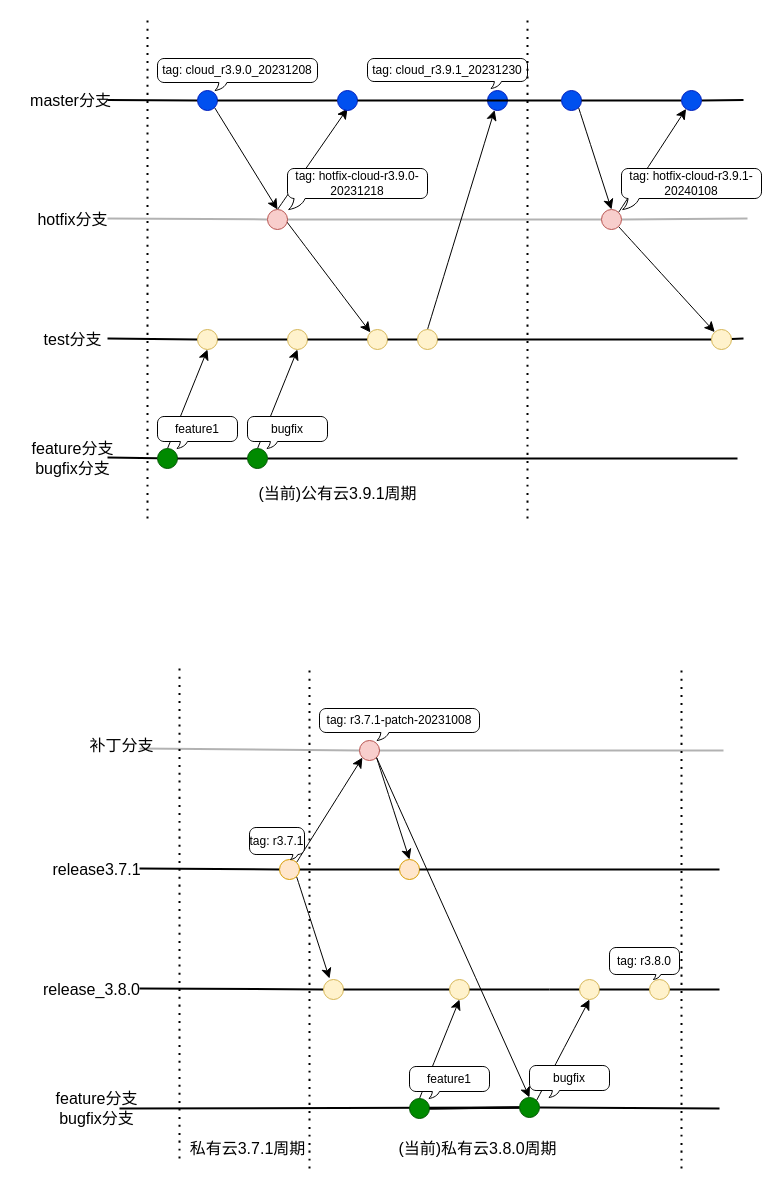
Earlier version of the draw.io diagram 规范/公有云和智算中心分支流程.drawio (paochiang/draw). Source tidied: cells renumbered, new cells numbered last; positions are measured from the earlier drawing's top-left corner, leaving out a move shared by most shapes. Both pictures are drawn from the tidied source at 100%, with x=0, y=0 at pixel (17, 18).
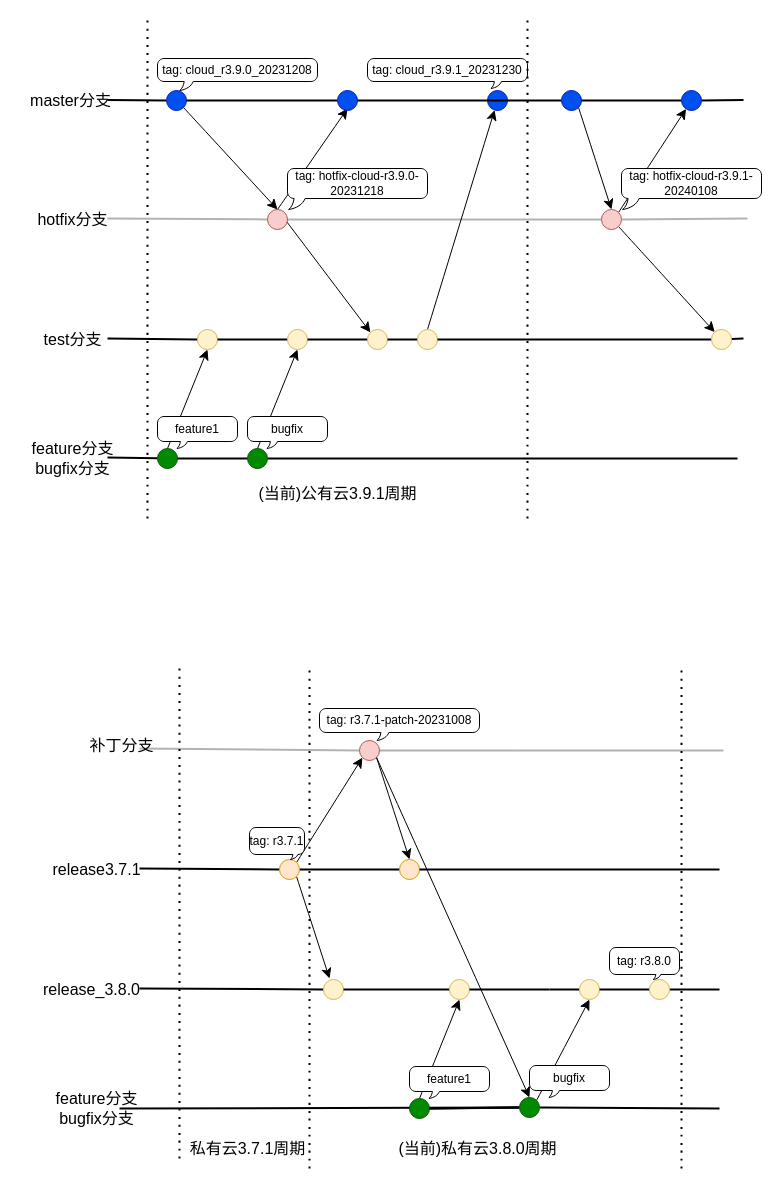
The same page after the edit.

Commit message:
Update 规范/公有云和智算中心分支流程.drawio

What changed in the source:
```diff
@@
     <mxCell id="20" style="ellipse;whiteSpace=wrap;html=1;fillColor=#0050ef;strokeColor=#001DBC;fontColor=#ffffff;" parent="1" vertex="1">
-      <mxGeometry x="180" y="72" width="20" height="20" as="geometry" />
+      <mxGeometry x="149" y="72" width="20" height="20" as="geometry" />
     </mxCell>
@@
-    <mxCell id="47" value="tag: cloud_r3.9.0_20231208" style="whiteSpace=wrap;html=1;shape=mxgraph.basic.roundRectCallout;dx=65.4;dy=8;size=6.6;boundedLbl=1;" parent="1" vertex="1">
+    <mxCell id="47" value="tag: cloud_r3.9.0_20231208" style="whiteSpace=wrap;html=1;shape=mxgraph.basic.roundRectCallout;dx=31.2;dy=9;size=6.6;boundedLbl=1;" parent="1" vertex="1">
       <mxGeometry x="140" y="40" width="160" height="32" as="geometry" />
     </mxCell>
```
